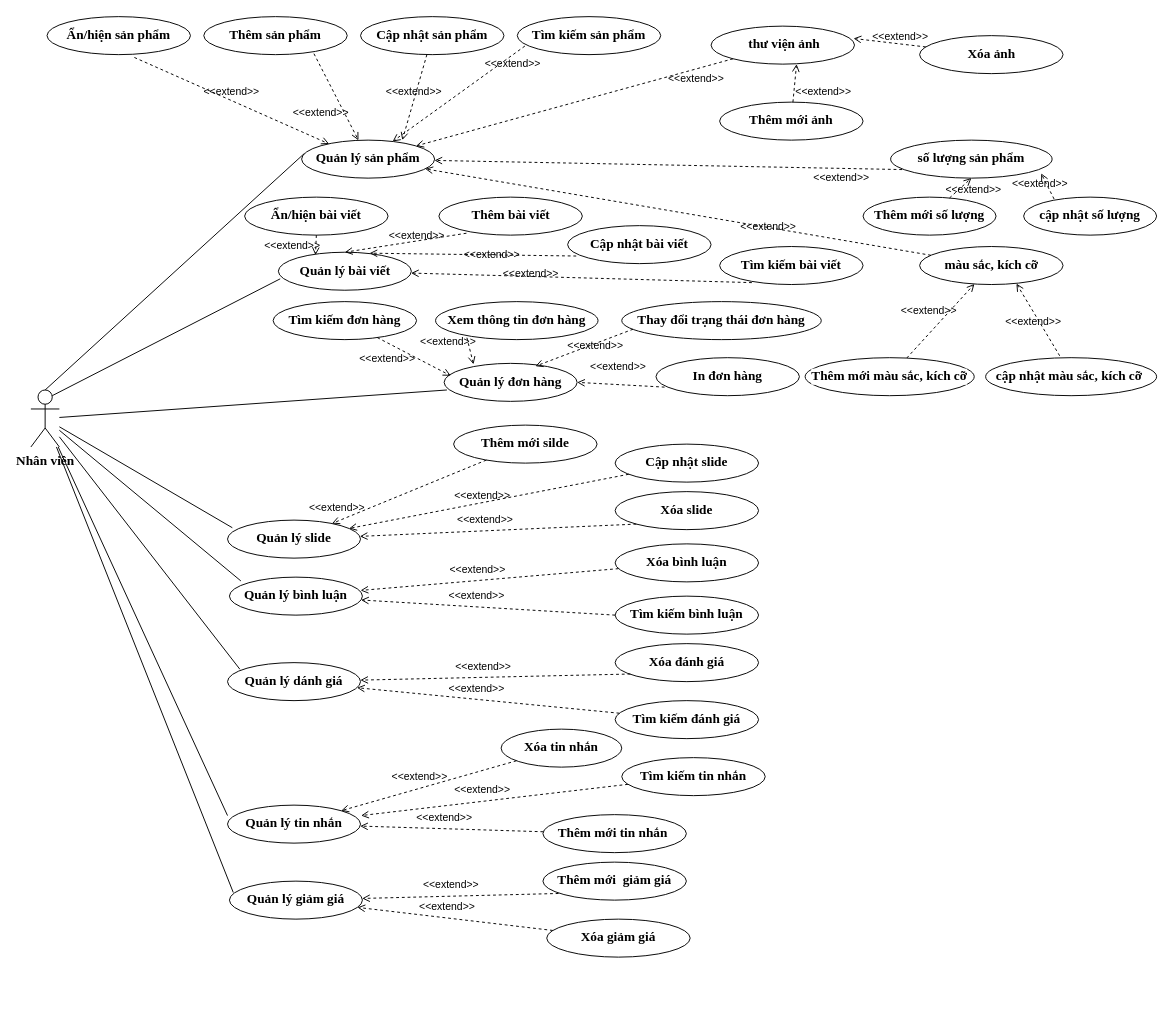
Above: page "uc nhan vien" (6 of 62) of Biểu đồ không có tiêu đề.drawio in tongdat27/C- (draw.io), before the change. Source tidied: cells renumbered, new cells numbered last; positions are measured from the earlier drawing's top-left corner, leaving out a move shared by most shapes. Both pictures are drawn from the tidied source at 95%, with x=0, y=0 at pixel (30, 16).
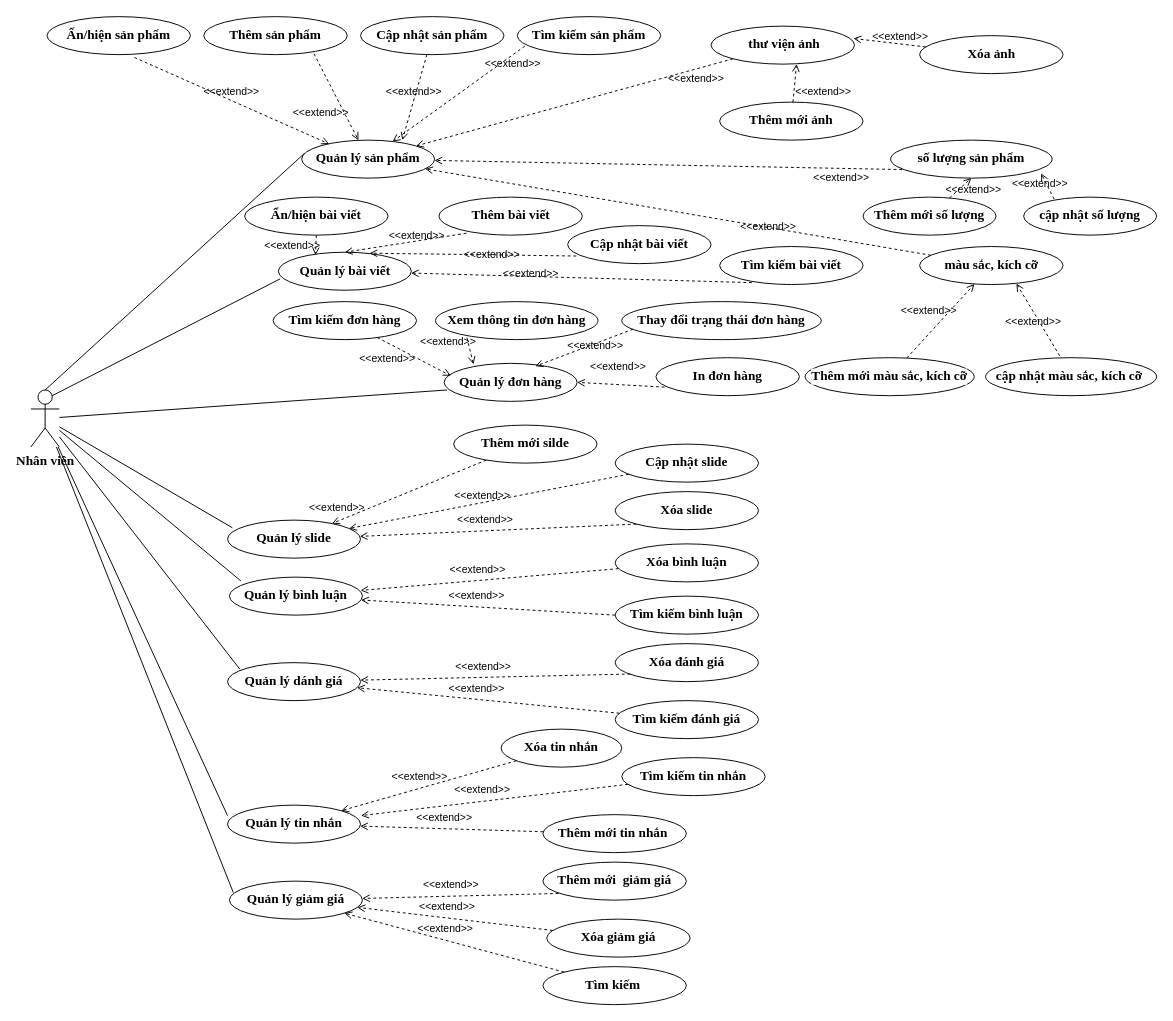
Above is the later version.

Commit message:
Cập nhật Biểu đồ không có tiêu đề.drawio

The change refers to these unchanged cells:
```xml
<mxCell id="9" value="&lt;span style=&quot;font-size: 14px;&quot;&gt;Quản lý giảm giá&lt;/span&gt;" style="ellipse;whiteSpace=wrap;html=1;fontFamily=Times New Roman;fontSize=14;labelBackgroundColor=default;fontColor=#000000;fontStyle=1;labelBorderColor=none;" parent="1" vertex="1">
  <mxGeometry x="209" y="910" width="140" height="40" as="geometry" />
</mxCell>
```

Change to the diagram source:
```diff
@@
+    <mxCell id="86" value="Tìm kiếm&amp;nbsp;" style="ellipse;whiteSpace=wrap;html=1;fontFamily=Times New Roman;fontSize=14;labelBackgroundColor=default;fontColor=#000000;fontStyle=1;labelBorderColor=none;" parent="1" vertex="1">
+      <mxGeometry x="539" y="1000" width="151" height="40" as="geometry" />
+    </mxCell>
+    <mxCell id="87" value="&amp;lt;&amp;lt;extend&amp;gt;&amp;gt;" style="html=1;verticalAlign=bottom;labelBackgroundColor=none;endArrow=open;endFill=0;dashed=1;rounded=0;" parent="1" edge="1" source="86" target="9">
+      <mxGeometry x="0.09" y="-3" relative="1" as="geometry" />
+    </mxCell>
```
